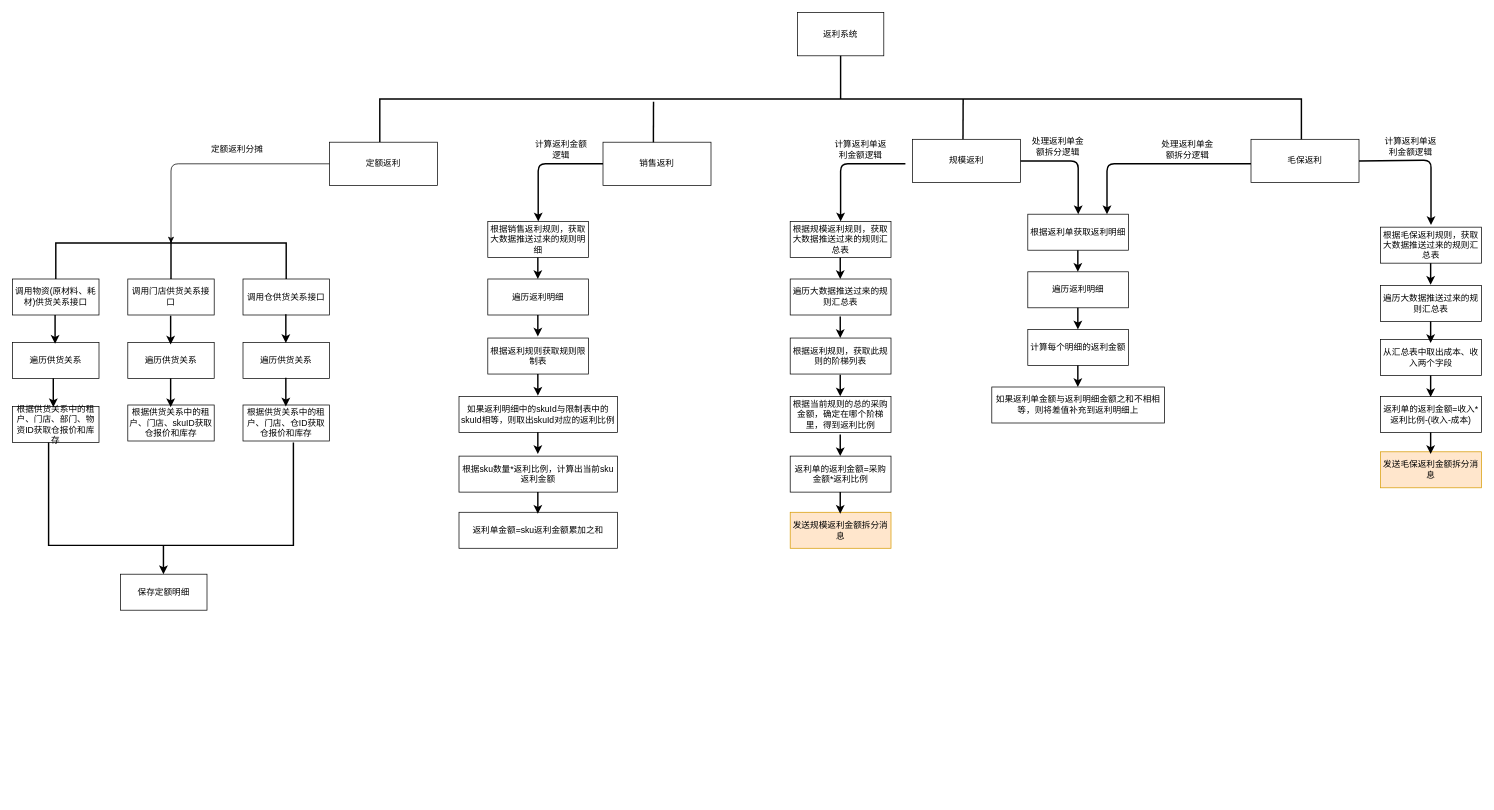
baiymfkese/doc keeps this draw.io diagram as 返利系统逻辑.drawio. Above is the earlier version. Source tidied: cells renumbered, new cells numbered last; positions are measured from the earlier drawing's top-left corner, leaving out a move shared by most shapes. Both pictures are drawn from the tidied source at 72%, with x=0, y=0 at pixel (12, 12).
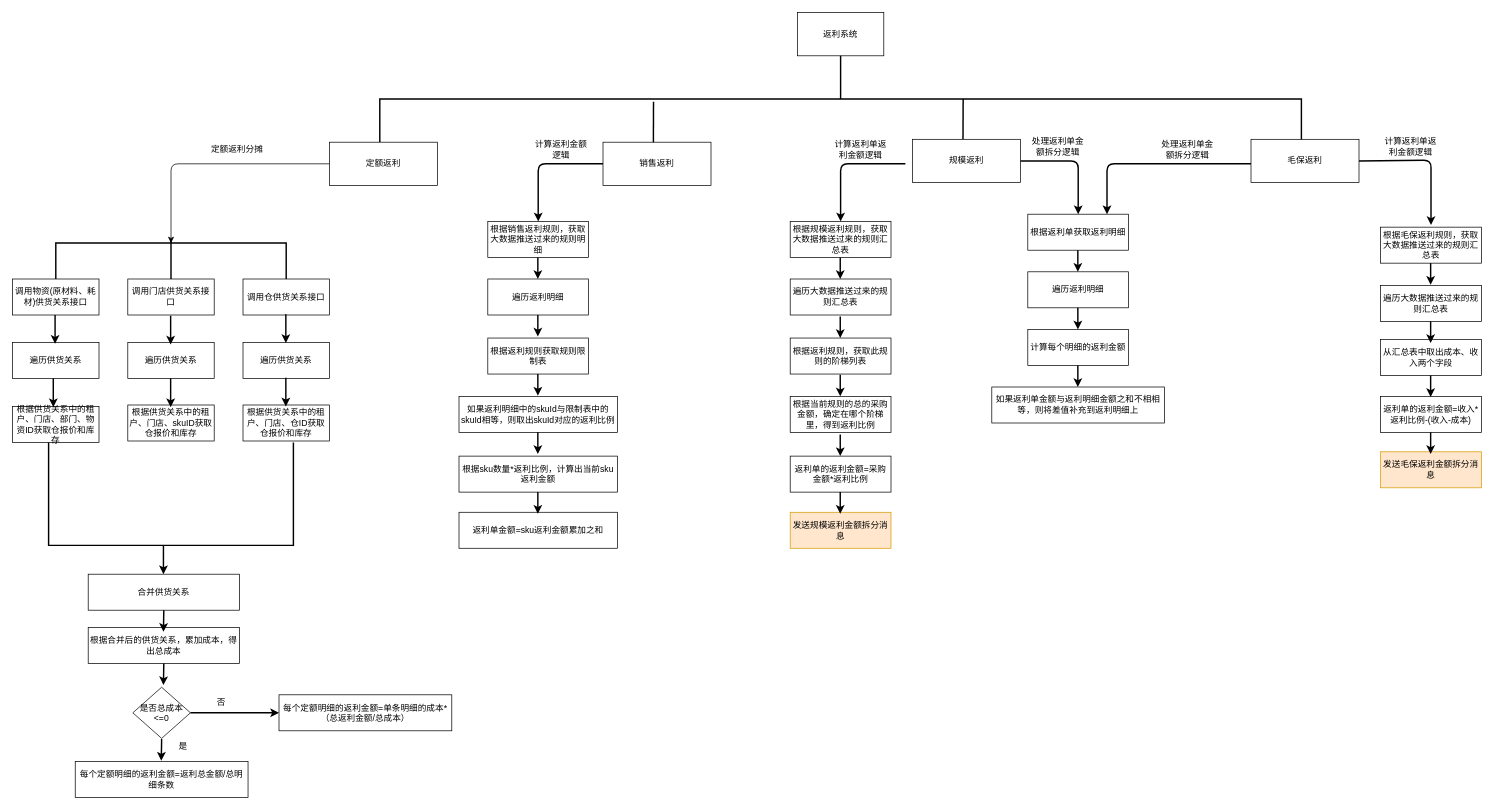
The same page after the edit.

Commit message (it also covers changes not shown here):
Update 返利系统逻辑.drawio

Change to the diagram source:
```diff
@@
-    <mxCell id="25" value="保存定额明细" style="rounded=0;whiteSpace=wrap;html=1;" parent="1" vertex="1">
-      <mxGeometry x="150" y="780" width="120" height="50" as="geometry" />
+    <mxCell id="25" value="每个定额明细的返利金额=返利总金额/总明细条数" style="rounded=0;whiteSpace=wrap;html=1;" parent="1" vertex="1">
+      <mxGeometry x="87" y="1040" width="240" height="50" as="geometry" />
     </mxCell>
@@
+    <mxCell id="80" value="合并供货关系" style="rounded=0;whiteSpace=wrap;html=1;" parent="1" vertex="1">
+      <mxGeometry x="105" y="780" width="210" height="50" as="geometry" />
+    </mxCell>
+    <mxCell id="81" value="根据合并后的供货关系，累加成本，得出总成本" style="rounded=0;whiteSpace=wrap;html=1;" parent="1" vertex="1">
+      <mxGeometry x="105" y="854" width="210" height="50" as="geometry" />
+    </mxCell>
+    <mxCell id="82" value="是否总成本&amp;lt;=0" style="rhombus;whiteSpace=wrap;html=1;" parent="1" vertex="1">
+      <mxGeometry x="167" y="937" width="80" height="71" as="geometry" />
+    </mxCell>
+    <mxCell id="83" style="endArrow=classic;html=1;strokeWidth=2;" parent="1" edge="1">
+      <mxGeometry relative="1" as="geometry">
+        <mxPoint x="210" y="830" as="sourcePoint" />
+        <mxPoint x="209.5" y="860" as="targetPoint" />
+      </mxGeometry>
+    </mxCell>
+    <mxCell id="84" style="endArrow=classic;html=1;strokeWidth=2;" parent="1" edge="1">
+      <mxGeometry relative="1" as="geometry">
+        <mxPoint x="210" y="904" as="sourcePoint" />
+        <mxPoint x="209.5" y="934" as="targetPoint" />
+      </mxGeometry>
+    </mxCell>
+    <mxCell id="85" style="endArrow=classic;html=1;strokeWidth=2;" parent="1" edge="1">
+      <mxGeometry relative="1" as="geometry">
+        <mxPoint x="207" y="1009" as="sourcePoint" />
+        <mxPoint x="206.5" y="1039" as="targetPoint" />
+      </mxGeometry>
+    </mxCell>
+    <mxCell id="86" value="是" style="text;html=1;strokeColor=none;fillColor=none;align=center;verticalAlign=middle;whiteSpace=wrap;rounded=0;" parent="1" vertex="1">
+      <mxGeometry x="227" y="1009" width="20" height="20" as="geometry" />
+    </mxCell>
+    <mxCell id="87" value="每个定额明细的返利金额=单条明细的成本*（总返利金额/总成本）" style="rounded=0;whiteSpace=wrap;html=1;" parent="1" vertex="1">
+      <mxGeometry x="370" y="947.5" width="240" height="50" as="geometry" />
+    </mxCell>
+    <mxCell id="88" style="endArrow=classic;html=1;strokeWidth=2;exitX=1;exitY=0.5;exitDx=0;exitDy=0;entryX=0;entryY=0.5;entryDx=0;entryDy=0;" parent="1" edge="1" source="82" target="87">
+      <mxGeometry relative="1" as="geometry" />
+    </mxCell>
+    <mxCell id="89" value="否" style="text;html=1;strokeColor=none;fillColor=none;align=center;verticalAlign=middle;whiteSpace=wrap;rounded=0;" parent="1" vertex="1">
+      <mxGeometry x="280" y="947.5" width="20" height="20" as="geometry" />
+    </mxCell>
```
